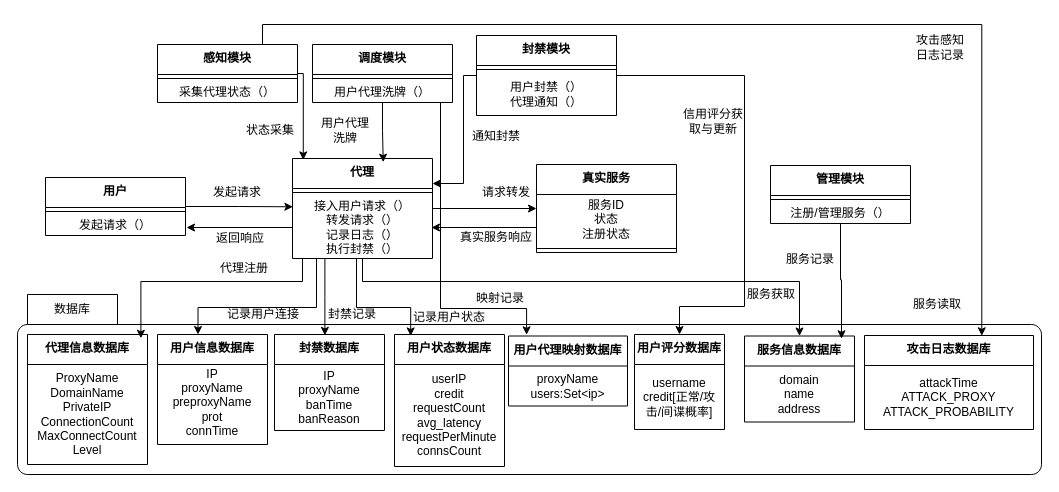
Before: 2.5.drawio in Norton-Lin/Picture, a draw.io diagram. Source tidied: cells renumbered, new cells numbered last; positions are measured from the earlier drawing's top-left corner, leaving out a move shared by most shapes. Both pictures are drawn from the tidied source at 100%, with x=0, y=0 at pixel (17, 32).
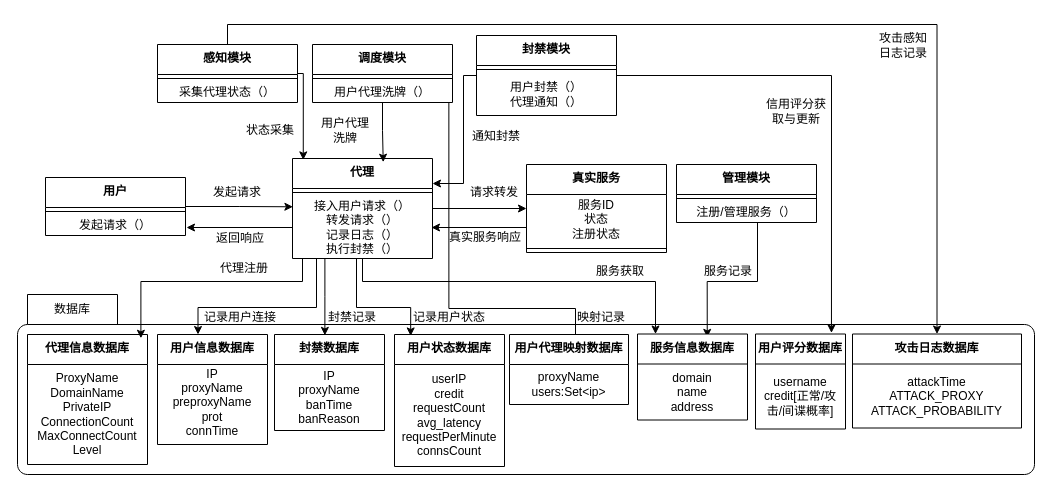
The same page after the edit.

The change refers to these unchanged cells:
```xml
<mxCell id="10" value="&lt;b&gt;感知模块&lt;/b&gt;" style="swimlane;fontStyle=0;align=center;verticalAlign=top;horizontal=1;startSize=30;html=1;whiteSpace=wrap;" parent="1" vertex="1">
  <mxGeometry x="140" y="12" width="140" height="58" as="geometry" />
</mxCell>
<mxCell id="16" value="用户代理洗牌（）" style="text;html=1;strokeColor=none;fillColor=none;align=center;verticalAlign=middle;spacingLeft=4;spacingRight=4;overflow=hidden;points=[[0,0.5],[1,0.5]];portConstraint=eastwest;whiteSpace=wrap;" parent="14" vertex="1">
  <mxGeometry y="38" width="140" height="20" as="geometry" />
</mxCell>
<mxCell id="25" value="&lt;b&gt;代理&lt;/b&gt;" style="swimlane;fontStyle=0;align=center;verticalAlign=top;horizontal=1;startSize=30;html=1;whiteSpace=wrap;" parent="1" vertex="1">
  <mxGeometry x="275" y="126" width="140" height="100" as="geometry" />
</mxCell>
<mxCell id="29" value="&lt;b&gt;封禁模块&lt;/b&gt;" style="swimlane;fontStyle=0;align=center;verticalAlign=top;horizontal=1;startSize=30;html=1;whiteSpace=wrap;" parent="1" vertex="1">
  <mxGeometry x="459" y="3" width="140" height="80" as="geometry" />
</mxCell>
```

Change to the diagram source:
```diff
@@
     <mxCell id="2" value="数据库" style="shape=folder;align=center;verticalAlign=middle;fontStyle=0;tabWidth=100;tabHeight=30;tabPosition=left;html=1;boundedLbl=1;labelInHeader=1;rounded=1;absoluteArcSize=1;arcSize=10;whiteSpace=wrap;" parent="1" vertex="1">
-      <mxGeometry y="262" width="1024" height="180" as="geometry" />
+      <mxGeometry y="262" width="1017" height="180" as="geometry" />
     </mxCell>
     <mxCell id="3" value="&lt;b&gt;真实服务&lt;/b&gt;" style="swimlane;fontStyle=0;align=center;verticalAlign=top;horizontal=1;startSize=30;html=1;whiteSpace=wrap;" parent="1" vertex="1">
-      <mxGeometry x="519" y="132" width="140" height="88" as="geometry" />
+      <mxGeometry x="509" y="132" width="140" height="88" as="geometry" />
     </mxCell>
@@
+    <mxCell id="62" style="edgeStyle=orthogonalEdgeStyle;rounded=0;jettySize=auto;html=1;entryX=0.5;entryY=0;entryDx=0;entryDy=0;exitX=0.5;exitY=0;exitDx=0;exitDy=0;" parent="1" edge="1" source="10" target="42">
+      <mxGeometry relative="1" as="geometry" />
+    </mxCell>
@@
-    <mxCell id="13" style="edgeStyle=orthogonalEdgeStyle;rounded=0;jettySize=auto;html=1;entryX=0.152;entryY=-0.017;entryDx=0;entryDy=0;entryPerimeter=0;" parent="1" edge="1" target="44">
+    <mxCell id="13" style="edgeStyle=orthogonalEdgeStyle;rounded=0;jettySize=auto;html=1;entryX=0.557;entryY=-0.009;entryDx=0;entryDy=0;entryPerimeter=0;exitX=0.974;exitY=0.986;exitDx=0;exitDy=0;exitPerimeter=0;" parent="1" edge="1" source="16" target="44">
       <mxGeometry relative="1" as="geometry">
-        <mxPoint x="423" y="70" as="sourcePoint" />
         <Array as="points">
-          <mxPoint x="423" y="276" />
-          <mxPoint x="509" y="276" />
+          <mxPoint x="431" y="276" />
+          <mxPoint x="558" y="276" />
+          <mxPoint x="558" y="303" />
         </Array>
       </mxGeometry>
     </mxCell>
@@
     <mxCell id="19" value="&lt;b&gt;管理模块&lt;/b&gt;" style="swimlane;fontStyle=0;align=center;verticalAlign=top;horizontal=1;startSize=30;html=1;whiteSpace=wrap;" parent="1" vertex="1">
-      <mxGeometry x="753" y="133" width="140" height="58" as="geometry" />
+      <mxGeometry x="659" y="132" width="140" height="58" as="geometry" />
     </mxCell>
@@
     <mxCell id="24" style="edgeStyle=orthogonalEdgeStyle;rounded=0;jettySize=auto;html=1;" parent="1" edge="1" source="25" target="34">
       <mxGeometry relative="1" as="geometry">
         <Array as="points">
           <mxPoint x="345" y="249" />
-          <mxPoint x="782" y="249" />
+          <mxPoint x="638" y="249" />
         </Array>
       </mxGeometry>
     </mxCell>
@@
-    <mxCell id="28" style="edgeStyle=orthogonalEdgeStyle;rounded=0;jettySize=auto;html=1;" parent="1" edge="1" source="29" target="40">
-      <mxGeometry relative="1" as="geometry">
-        <Array as="points">
-          <mxPoint x="727" y="43" />
-          <mxPoint x="727" y="274" />
-          <mxPoint x="662" y="274" />
-        </Array>
-      </mxGeometry>
-    </mxCell>
@@
-    <mxCell id="34" value="&lt;b&gt;服务信息数据库&lt;/b&gt;" style="swimlane;fontStyle=0;align=center;verticalAlign=top;horizontal=1;startSize=30;html=1;whiteSpace=wrap;" parent="1" vertex="1">
-      <mxGeometry x="727" y="303.5" width="110" height="86" as="geometry" />
-    </mxCell>
-    <mxCell id="35" value="domain&lt;div&gt;name&lt;/div&gt;&lt;div&gt;address&lt;/div&gt;" style="text;html=1;strokeColor=none;fillColor=none;align=center;verticalAlign=middle;spacingLeft=4;spacingRight=4;overflow=hidden;whiteSpace=wrap;" parent="34" vertex="1">
-      <mxGeometry y="30" width="110" height="56" as="geometry" />
-    </mxCell>
@@
     <mxCell id="40" value="&lt;b&gt;用户评分数据库&lt;/b&gt;" style="swimlane;fontStyle=0;align=center;verticalAlign=top;horizontal=1;startSize=30;html=1;whiteSpace=wrap;" parent="1" vertex="1">
-      <mxGeometry x="617" y="302" width="90" height="95" as="geometry" />
+      <mxGeometry x="738" y="301.5" width="90" height="95" as="geometry" />
     </mxCell>
@@
     <mxCell id="42" value="&lt;b&gt;攻击日志数据库&lt;/b&gt;" style="swimlane;fontStyle=0;align=center;verticalAlign=top;horizontal=1;startSize=30;html=1;whiteSpace=wrap;" parent="1" vertex="1">
-      <mxGeometry x="847" y="303" width="169" height="94" as="geometry" />
+      <mxGeometry x="835" y="301.5" width="169" height="94" as="geometry" />
     </mxCell>
@@
     <mxCell id="44" value="&lt;b&gt;用户代理映射数据库&lt;/b&gt;" style="swimlane;fontStyle=0;align=center;verticalAlign=top;horizontal=1;startSize=30;html=1;whiteSpace=wrap;" parent="1" vertex="1">
-      <mxGeometry x="491" y="303.5" width="119" height="70" as="geometry" />
+      <mxGeometry x="492" y="302" width="119" height="70" as="geometry" />
     </mxCell>
@@
     <mxCell id="50" value="请求转发" style="text;html=1;align=center;verticalAlign=middle;whiteSpace=wrap;rounded=0;" parent="1" vertex="1">
-      <mxGeometry x="459" y="145" width="60" height="30" as="geometry" />
+      <mxGeometry x="447" y="145" width="60" height="30" as="geometry" />
     </mxCell>
     <mxCell id="51" value="真实服务响应" style="text;html=1;align=center;verticalAlign=middle;whiteSpace=wrap;rounded=0;" parent="1" vertex="1">
-      <mxGeometry x="438" y="190" width="82" height="30" as="geometry" />
+      <mxGeometry x="427" y="190" width="82" height="30" as="geometry" />
     </mxCell>
@@
     <mxCell id="60" value="服务记录" style="text;html=1;align=center;verticalAlign=middle;whiteSpace=wrap;rounded=0;" parent="1" vertex="1">
-      <mxGeometry x="763" y="212" width="60" height="30" as="geometry" />
+      <mxGeometry x="681" y="224" width="60" height="30" as="geometry" />
     </mxCell>
-    <mxCell id="61" value="服务读取" style="text;html=1;align=center;verticalAlign=middle;whiteSpace=wrap;rounded=0;" parent="1" vertex="1">
-      <mxGeometry x="890" y="257" width="60" height="30" as="geometry" />
-    </mxCell>
-    <mxCell id="62" style="edgeStyle=orthogonalEdgeStyle;rounded=0;jettySize=auto;html=1;entryX=0.694;entryY=0.003;entryDx=0;entryDy=0;entryPerimeter=0;exitX=0.75;exitY=0;exitDx=0;exitDy=0;" parent="1" edge="1" source="10" target="42">
-      <mxGeometry relative="1" as="geometry" />
-    </mxCell>
     <mxCell id="63" value="攻击感知日志记录" style="text;html=1;align=center;verticalAlign=middle;whiteSpace=wrap;rounded=0;" parent="1" vertex="1">
-      <mxGeometry x="893" width="60" height="30" as="geometry" />
+      <mxGeometry x="856" y="-2" width="60" height="30" as="geometry" />
     </mxCell>
     <mxCell id="64" value="信用评分获取与更新" style="text;html=1;align=center;verticalAlign=middle;whiteSpace=wrap;rounded=0;" parent="1" vertex="1">
-      <mxGeometry x="661" y="74" width="70" height="30" as="geometry" />
+      <mxGeometry x="744" y="64" width="70" height="30" as="geometry" />
     </mxCell>
     <mxCell id="65" value="映射记录" style="text;html=1;align=center;verticalAlign=middle;whiteSpace=wrap;rounded=0;" parent="1" vertex="1">
-      <mxGeometry x="453" y="251" width="60" height="30" as="geometry" />
+      <mxGeometry x="554" y="270" width="60" height="30" as="geometry" />
     </mxCell>
     <mxCell id="66" value="记录用户连接" style="text;html=1;align=center;verticalAlign=middle;whiteSpace=wrap;rounded=0;" parent="1" vertex="1">
-      <mxGeometry x="206" y="267" width="80" height="30" as="geometry" />
+      <mxGeometry x="183" y="270" width="80" height="30" as="geometry" />
     </mxCell>
@@
     <mxCell id="70" value="封禁记录" style="text;html=1;align=center;verticalAlign=middle;whiteSpace=wrap;rounded=0;" parent="1" vertex="1">
-      <mxGeometry x="295" y="267" width="80" height="30" as="geometry" />
+      <mxGeometry x="295" y="270" width="80" height="30" as="geometry" />
     </mxCell>
+    <mxCell id="72" value="服务获取" style="text;html=1;align=center;verticalAlign=middle;whiteSpace=wrap;rounded=0;" parent="1" vertex="1">
+      <mxGeometry x="573" y="224" width="60" height="30" as="geometry" />
+    </mxCell>
-    <mxCell id="71" style="edgeStyle=orthogonalEdgeStyle;rounded=0;jettySize=auto;html=1;entryX=0.882;entryY=0.032;entryDx=0;entryDy=0;entryPerimeter=0;" parent="1" edge="1" source="19" target="34">
-      <mxGeometry relative="1" as="geometry" />
+    <mxCell id="71" style="edgeStyle=orthogonalEdgeStyle;rounded=0;jettySize=auto;html=1;entryX=0.634;entryY=0.039;entryDx=0;entryDy=0;entryPerimeter=0;" parent="1" edge="1" source="19" target="34">
+      <mxGeometry relative="1" as="geometry">
+        <Array as="points">
+          <mxPoint x="740" y="249" />
+          <mxPoint x="689" y="249" />
+        </Array>
+      </mxGeometry>
     </mxCell>
-    <mxCell id="72" value="服务获取" style="text;html=1;align=center;verticalAlign=middle;whiteSpace=wrap;rounded=0;" parent="1" vertex="1">
-      <mxGeometry x="724" y="247" width="60" height="30" as="geometry" />
-    </mxCell>
+    <mxCell id="34" value="&lt;b&gt;服务信息数据库&lt;/b&gt;" style="swimlane;fontStyle=0;align=center;verticalAlign=top;horizontal=1;startSize=30;html=1;whiteSpace=wrap;" parent="1" vertex="1">
+      <mxGeometry x="620" y="301.5" width="110" height="86" as="geometry" />
+    </mxCell>
+    <mxCell id="35" value="domain&lt;div&gt;name&lt;/div&gt;&lt;div&gt;address&lt;/div&gt;" style="text;html=1;strokeColor=none;fillColor=none;align=center;verticalAlign=middle;spacingLeft=4;spacingRight=4;overflow=hidden;whiteSpace=wrap;" parent="34" vertex="1">
+      <mxGeometry y="30" width="110" height="56" as="geometry" />
+    </mxCell>
+    <mxCell id="28" style="edgeStyle=orthogonalEdgeStyle;rounded=0;jettySize=auto;html=1;entryX=0.844;entryY=-0.011;entryDx=0;entryDy=0;entryPerimeter=0;" parent="1" edge="1" source="29" target="40">
+      <mxGeometry relative="1" as="geometry" />
+    </mxCell>
```
